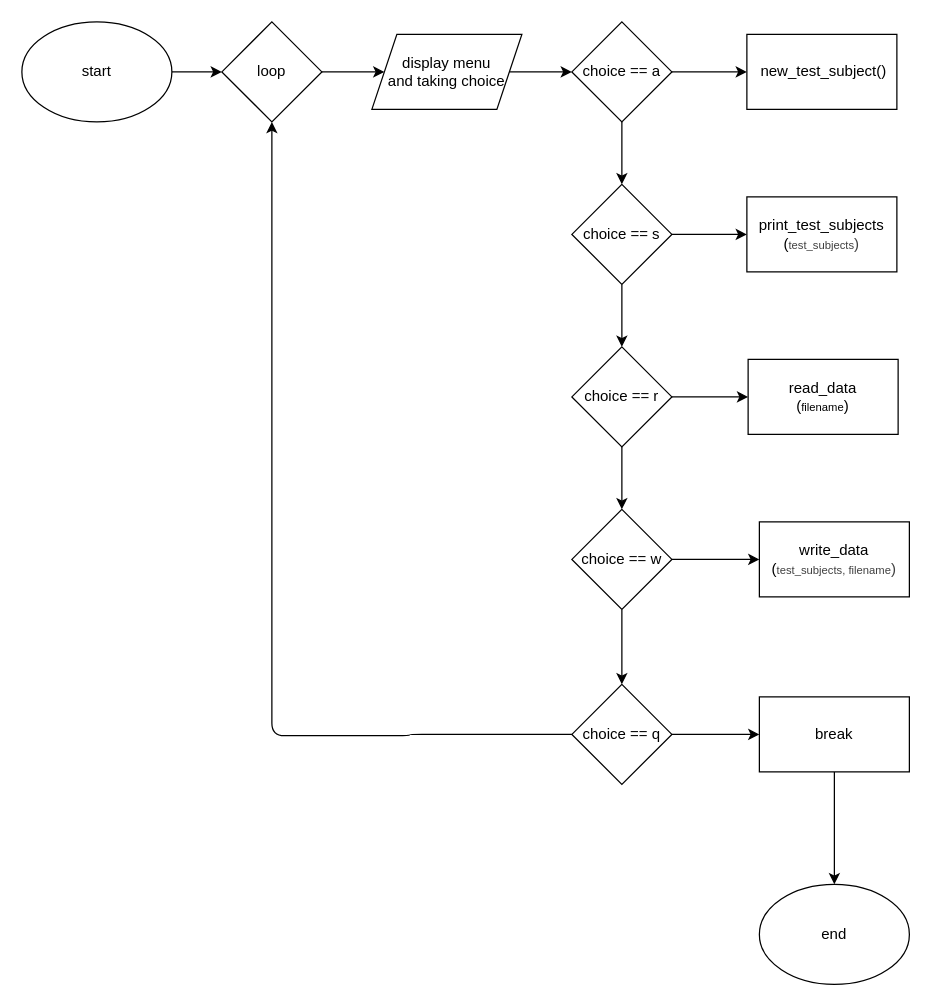
0xSparky/ENTRY_TICKET keeps this draw.io diagram as page "Page-1" (1 of 2) of part 2/main.dio. Above is the earlier version. Source tidied: cells renumbered, new cells numbered last; positions are measured from the earlier drawing's top-left corner, leaving out a move shared by most shapes. Both pictures are drawn from the tidied source at 125%, with x=0, y=0 at pixel (21, 21).
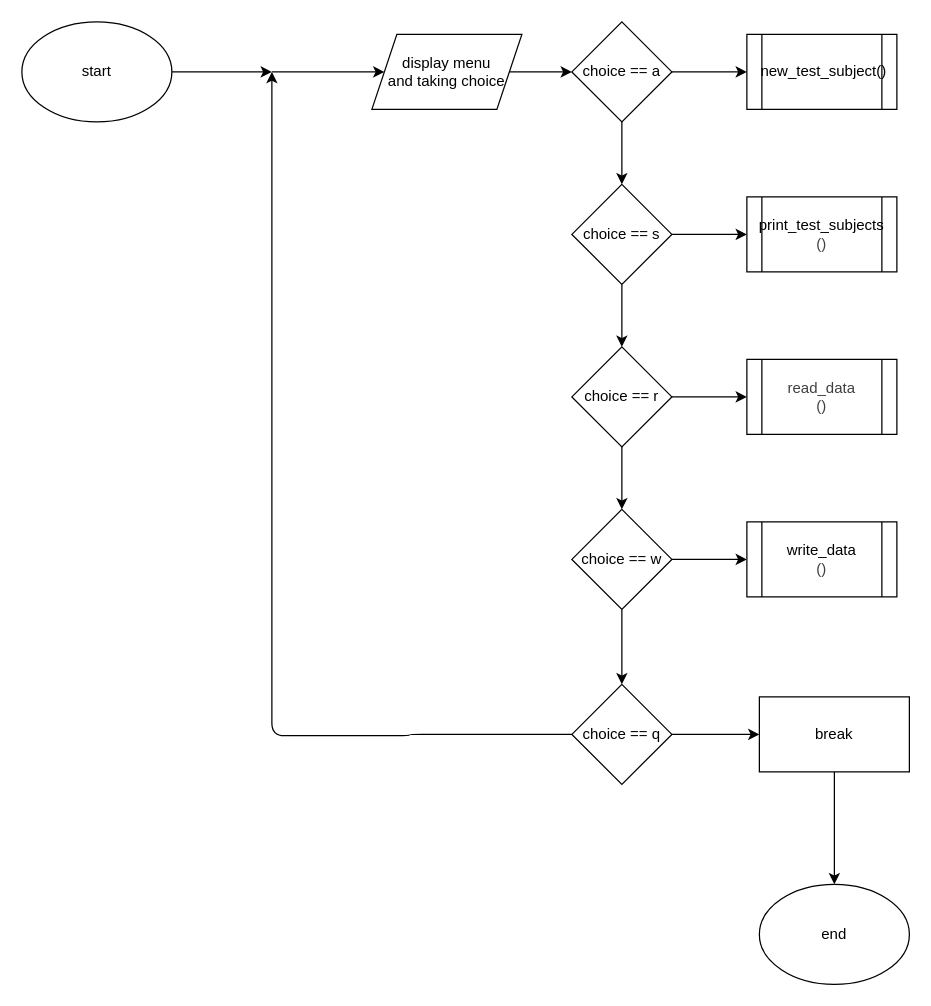
After the change.

Unchanged cells that the change refers to:
```xml
<mxCell id="3" value="start" style="ellipse;whiteSpace=wrap;html=1;" parent="1" vertex="1">
  <mxGeometry width="120" height="80" as="geometry" />
</mxCell>
<mxCell id="7" value="display menu&lt;div&gt;and taking choice&lt;/div&gt;" style="shape=parallelogram;perimeter=parallelogramPerimeter;whiteSpace=wrap;html=1;fixedSize=1;" parent="1" vertex="1">
  <mxGeometry x="280" y="10" width="120" height="60" as="geometry" />
</mxCell>
<mxCell id="10" value="choice == a" style="rhombus;whiteSpace=wrap;html=1;" parent="1" vertex="1">
  <mxGeometry x="440" width="80" height="80" as="geometry" />
</mxCell>
<mxCell id="14" value="choice == s" style="rhombus;whiteSpace=wrap;html=1;" parent="1" vertex="1">
  <mxGeometry x="440" y="130" width="80" height="80" as="geometry" />
</mxCell>
<mxCell id="18" value="choice == r" style="rhombus;whiteSpace=wrap;html=1;" parent="1" vertex="1">
  <mxGeometry x="440" y="260" width="80" height="80" as="geometry" />
</mxCell>
<mxCell id="22" value="choice == w" style="rhombus;whiteSpace=wrap;html=1;" parent="1" vertex="1">
  <mxGeometry x="440" y="390" width="80" height="80" as="geometry" />
</mxCell>
<mxCell id="26" value="choice == q" style="rhombus;whiteSpace=wrap;html=1;" parent="1" vertex="1">
  <mxGeometry x="440" y="530" width="80" height="80" as="geometry" />
</mxCell>
```

Diff of the diagram source:
```diff
@@
-    <mxCell id="2" style="edgeStyle=none;html=1;entryX=0;entryY=0.5;entryDx=0;entryDy=0;" parent="1" edge="1" source="3" target="5">
-      <mxGeometry relative="1" as="geometry" />
+    <mxCell id="2" style="edgeStyle=none;html=1;" parent="1" edge="1" source="3">
+      <mxGeometry relative="1" as="geometry">
+        <mxPoint x="200" y="40" as="targetPoint" />
+      </mxGeometry>
     </mxCell>
@@
-    <mxCell id="4" style="edgeStyle=none;html=1;" parent="1" edge="1" source="5" target="7">
-      <mxGeometry relative="1" as="geometry" />
+    <mxCell id="4" style="edgeStyle=none;html=1;" parent="1" edge="1" target="7">
+      <mxGeometry relative="1" as="geometry">
+        <mxPoint x="200" y="40" as="sourcePoint" />
+      </mxGeometry>
     </mxCell>
-    <mxCell id="5" value="loop" style="rhombus;whiteSpace=wrap;html=1;" parent="1" vertex="1">
-      <mxGeometry x="160" width="80" height="80" as="geometry" />
-    </mxCell>
@@
-    <mxCell id="8" style="edgeStyle=none;html=1;" parent="1" edge="1" source="10" target="11">
+    <mxCell id="8" style="edgeStyle=none;html=1;entryX=0;entryY=0.5;entryDx=0;entryDy=0;" parent="1" edge="1" source="10" target="11">
       <mxGeometry relative="1" as="geometry" />
     </mxCell>
@@
-    <mxCell id="11" value="&amp;nbsp;new_test_subject()" style="rounded=0;whiteSpace=wrap;html=1;" parent="1" vertex="1">
-      <mxGeometry x="580" y="10" width="120" height="60" as="geometry" />
-    </mxCell>
-    <mxCell id="12" style="edgeStyle=none;html=1;" parent="1" edge="1" source="14" target="15">
+    <mxCell id="12" style="edgeStyle=none;html=1;entryX=0;entryY=0.5;entryDx=0;entryDy=0;" parent="1" edge="1" source="14" target="30">
       <mxGeometry relative="1" as="geometry" />
     </mxCell>
@@
-    <mxCell id="15" value="print_test_subjects&lt;div style=&quot;&quot;&gt;(&lt;span style=&quot;color: rgb(63, 63, 63); font-family: inherit; background-color: transparent;&quot;&gt;&lt;font style=&quot;font-size: 9px;&quot;&gt;test_subjects&lt;/font&gt;&lt;/span&gt;&lt;span style=&quot;color: rgb(63, 63, 63); background-color: transparent;&quot;&gt;)&lt;/span&gt;&lt;/div&gt;" style="rounded=0;whiteSpace=wrap;html=1;" parent="1" vertex="1">
-      <mxGeometry x="580" y="140" width="120" height="60" as="geometry" />
-    </mxCell>
-    <mxCell id="16" style="edgeStyle=none;html=1;entryX=0;entryY=0.5;entryDx=0;entryDy=0;" parent="1" edge="1" source="18" target="19">
-      <mxGeometry relative="1" as="geometry" />
+    <mxCell id="16" style="edgeStyle=none;html=1;" parent="1" edge="1" source="18" target="31">
+      <mxGeometry relative="1" as="geometry">
+        <Array as="points">
+          <mxPoint x="580" y="300" />
+        </Array>
+      </mxGeometry>
     </mxCell>
@@
-    <mxCell id="19" value="&lt;font&gt;read_data&lt;/font&gt;&lt;div&gt;&lt;font&gt;(&lt;font style=&quot;font-size: 9px;&quot;&gt;filename&lt;/font&gt;)&lt;/font&gt;&lt;/div&gt;" style="rounded=0;whiteSpace=wrap;html=1;" parent="1" vertex="1">
-      <mxGeometry x="581" y="270" width="120" height="60" as="geometry" />
-    </mxCell>
-    <mxCell id="20" style="edgeStyle=none;html=1;entryX=0;entryY=0.5;entryDx=0;entryDy=0;" parent="1" edge="1" source="22" target="23">
+    <mxCell id="20" style="edgeStyle=none;html=1;entryX=0;entryY=0.5;entryDx=0;entryDy=0;" parent="1" edge="1" source="22" target="32">
       <mxGeometry relative="1" as="geometry" />
     </mxCell>
@@
-    <mxCell id="23" value="write_data&lt;div&gt;(&lt;span style=&quot;background-color: transparent; font-family: inherit; color: rgb(63, 63, 63);&quot;&gt;&lt;font style=&quot;font-size: 9px;&quot;&gt;test_subjects, filename&lt;/font&gt;&lt;/span&gt;&lt;span style=&quot;color: rgb(63, 63, 63); background-color: transparent;&quot;&gt;)&lt;/span&gt;&lt;/div&gt;" style="rounded=0;whiteSpace=wrap;html=1;" parent="1" vertex="1">
-      <mxGeometry x="590" y="400" width="120" height="60" as="geometry" />
-    </mxCell>
@@
-    <mxCell id="25" style="edgeStyle=orthogonalEdgeStyle;html=1;entryX=0.5;entryY=1;entryDx=0;entryDy=0;exitX=0;exitY=0.5;exitDx=0;exitDy=0;" parent="1" edge="1" source="26" target="5">
+    <mxCell id="25" style="edgeStyle=orthogonalEdgeStyle;html=1;exitX=0;exitY=0.5;exitDx=0;exitDy=0;" parent="1" edge="1" source="26">
       <mxGeometry relative="1" as="geometry">
+        <mxPoint x="200" y="40" as="targetPoint" />
         <Array as="points">
           <mxPoint x="310" y="570" />
           <mxPoint x="200" y="571" />
         </Array>
       </mxGeometry>
     </mxCell>
@@
+    <mxCell id="30" value="&lt;span style=&quot;color: rgb(0, 0, 0);&quot;&gt;print_test_subjects&lt;/span&gt;&lt;div style=&quot;color: rgb(63, 63, 63); scrollbar-color: rgb(226, 226, 226) rgb(251, 251, 251);&quot;&gt;(&lt;span style=&quot;scrollbar-color: rgb(226, 226, 226) rgb(251, 251, 251); background-color: transparent; color: rgb(63, 63, 63);&quot;&gt;)&lt;/span&gt;&lt;/div&gt;" style="shape=process;whiteSpace=wrap;html=1;backgroundOutline=1;" parent="1" vertex="1">
+      <mxGeometry x="580" y="140" width="120" height="60" as="geometry" />
+    </mxCell>
+    <mxCell id="31" value="&lt;font style=&quot;color: rgb(63, 63, 63); scrollbar-color: rgb(226, 226, 226) rgb(251, 251, 251);&quot;&gt;read_data&lt;/font&gt;&lt;div style=&quot;color: rgb(63, 63, 63); scrollbar-color: rgb(226, 226, 226) rgb(251, 251, 251);&quot;&gt;&lt;font style=&quot;color: rgb(63, 63, 63); scrollbar-color: rgb(226, 226, 226) rgb(251, 251, 251);&quot;&gt;()&lt;/font&gt;&lt;/div&gt;" style="shape=process;whiteSpace=wrap;html=1;backgroundOutline=1;" parent="1" vertex="1">
+      <mxGeometry x="580" y="270" width="120" height="60" as="geometry" />
+    </mxCell>
+    <mxCell id="32" value="&lt;span style=&quot;color: rgb(0, 0, 0);&quot;&gt;write_data&lt;/span&gt;&lt;div style=&quot;color: rgb(63, 63, 63); scrollbar-color: rgb(226, 226, 226) rgb(251, 251, 251);&quot;&gt;(&lt;span style=&quot;scrollbar-color: rgb(226, 226, 226) rgb(251, 251, 251); background-color: transparent; color: rgb(63, 63, 63);&quot;&gt;)&lt;/span&gt;&lt;/div&gt;" style="shape=process;whiteSpace=wrap;html=1;backgroundOutline=1;" parent="1" vertex="1">
+      <mxGeometry x="580" y="400" width="120" height="60" as="geometry" />
+    </mxCell>
+    <mxCell id="11" value="&lt;span style=&quot;color: rgb(0, 0, 0);&quot;&gt;&amp;nbsp;new_test_subject()&lt;/span&gt;" style="shape=process;whiteSpace=wrap;html=1;backgroundOutline=1;" parent="1" vertex="1">
+      <mxGeometry x="580" y="10" width="120" height="60" as="geometry" />
+    </mxCell>
```
